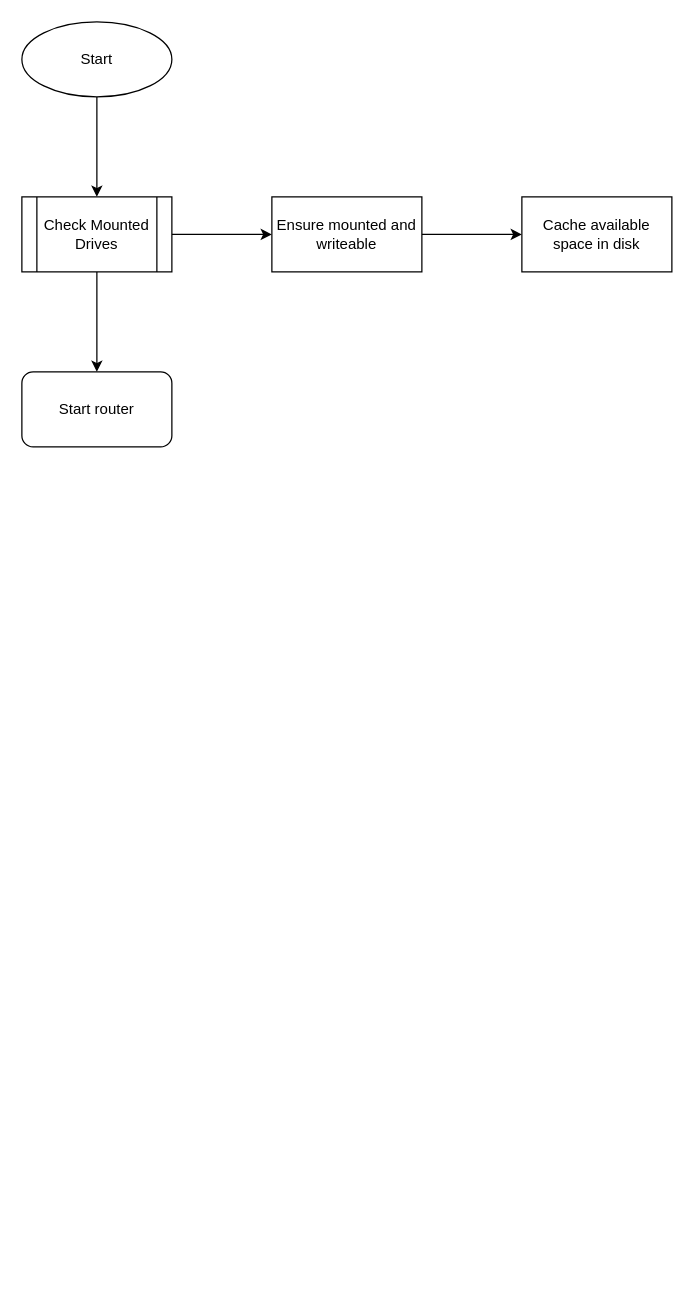
Before: page "Program Start" (1 of 2) of Dispersed Backup.drawio in ammesonb/dispersed-backup, a draw.io diagram. Source tidied: cells renumbered, new cells numbered last; positions are measured from the earlier drawing's top-left corner, leaving out a move shared by most shapes. Both pictures are drawn from the tidied source at 125%, with x=0, y=0 at pixel (21, 21).
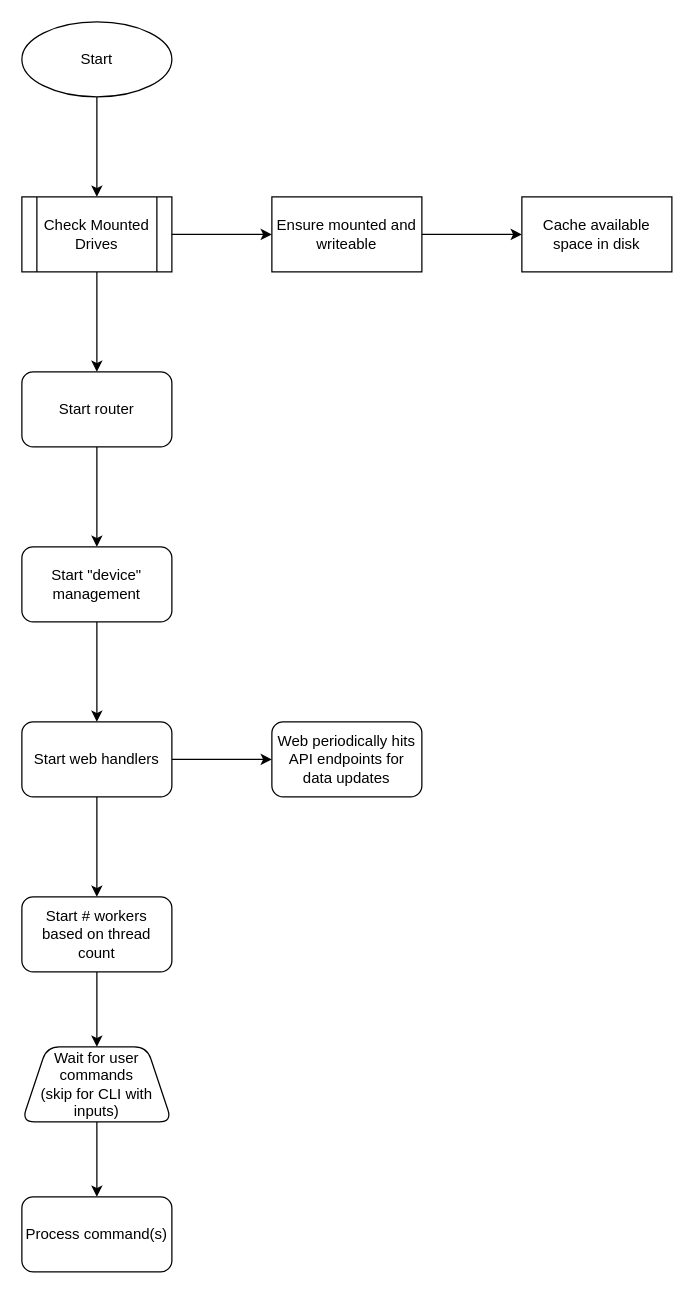
The same diagram, later.

Commit message:
General flow diagram skeleton

Unchanged cells that the change refers to:
```xml
<mxCell id="9" value="Start router" style="rounded=1;whiteSpace=wrap;html=1;fontFamily=Helvetica;fontSize=12;fontColor=rgb(0, 0, 0);align=center;strokeColor=rgb(0, 0, 0);fillColor=rgb(255, 255, 255);" parent="1" vertex="1">
  <mxGeometry y="280" width="120" height="60" as="geometry" />
</mxCell>
```

The edit, as a diff of the source:
```diff
@@
+    <mxCell id="11" style="edgeStyle=orthogonalEdgeStyle;rounded=0;jettySize=auto;html=1;" parent="1" edge="1" source="9" target="13">
+      <mxGeometry relative="1" as="geometry" />
+    </mxCell>
@@
+    <mxCell id="12" style="edgeStyle=orthogonalEdgeStyle;rounded=0;jettySize=auto;html=1;" parent="1" edge="1" source="13" target="16">
+      <mxGeometry relative="1" as="geometry" />
+    </mxCell>
+    <mxCell id="13" value="Start &quot;device&quot; management" style="whiteSpace=wrap;html=1;fillColor=rgb(255, 255, 255);strokeColor=rgb(0, 0, 0);fontColor=rgb(0, 0, 0);rounded=1;" parent="1" vertex="1">
+      <mxGeometry y="420" width="120" height="60" as="geometry" />
+    </mxCell>
+    <mxCell id="14" style="edgeStyle=orthogonalEdgeStyle;rounded=0;jettySize=auto;html=1;" parent="1" edge="1" source="16" target="17">
+      <mxGeometry relative="1" as="geometry" />
+    </mxCell>
+    <mxCell id="15" style="edgeStyle=orthogonalEdgeStyle;rounded=0;jettySize=auto;html=1;" parent="1" edge="1" source="16" target="21">
+      <mxGeometry relative="1" as="geometry" />
+    </mxCell>
+    <mxCell id="16" value="Start web handlers" style="whiteSpace=wrap;html=1;fillColor=rgb(255, 255, 255);strokeColor=rgb(0, 0, 0);fontColor=rgb(0, 0, 0);rounded=1;" parent="1" vertex="1">
+      <mxGeometry y="560" width="120" height="60" as="geometry" />
+    </mxCell>
+    <mxCell id="17" value="Web periodically hits API endpoints for data updates" style="whiteSpace=wrap;html=1;fillColor=rgb(255, 255, 255);strokeColor=rgb(0, 0, 0);fontColor=rgb(0, 0, 0);rounded=1;" parent="1" vertex="1">
+      <mxGeometry x="200" y="560" width="120" height="60" as="geometry" />
+    </mxCell>
+    <mxCell id="18" style="edgeStyle=orthogonalEdgeStyle;rounded=0;jettySize=auto;html=1;" parent="1" edge="1" source="19" target="22">
+      <mxGeometry relative="1" as="geometry" />
+    </mxCell>
+    <mxCell id="19" value="Wait for user&lt;br&gt;commands&lt;br&gt;(skip for CLI with inputs)" style="shape=trapezoid;perimeter=trapezoidPerimeter;whiteSpace=wrap;html=1;fixedSize=1;fillColor=rgb(255, 255, 255);strokeColor=rgb(0, 0, 0);fontColor=rgb(0, 0, 0);rounded=1;" parent="1" vertex="1">
+      <mxGeometry y="820" width="120" height="60" as="geometry" />
+    </mxCell>
+    <mxCell id="20" style="edgeStyle=orthogonalEdgeStyle;rounded=0;jettySize=auto;html=1;" parent="1" edge="1" source="21" target="19">
+      <mxGeometry relative="1" as="geometry" />
+    </mxCell>
+    <mxCell id="21" value="Start # workers&lt;br&gt;based on thread count" style="whiteSpace=wrap;html=1;fillColor=rgb(255, 255, 255);strokeColor=rgb(0, 0, 0);fontColor=rgb(0, 0, 0);rounded=1;" parent="1" vertex="1">
+      <mxGeometry y="700" width="120" height="60" as="geometry" />
+    </mxCell>
+    <mxCell id="22" value="Process command(s)" style="whiteSpace=wrap;html=1;fillColor=rgb(255, 255, 255);strokeColor=rgb(0, 0, 0);fontColor=rgb(0, 0, 0);rounded=1;" parent="1" vertex="1">
+      <mxGeometry y="940" width="120" height="60" as="geometry" />
+    </mxCell>
```
